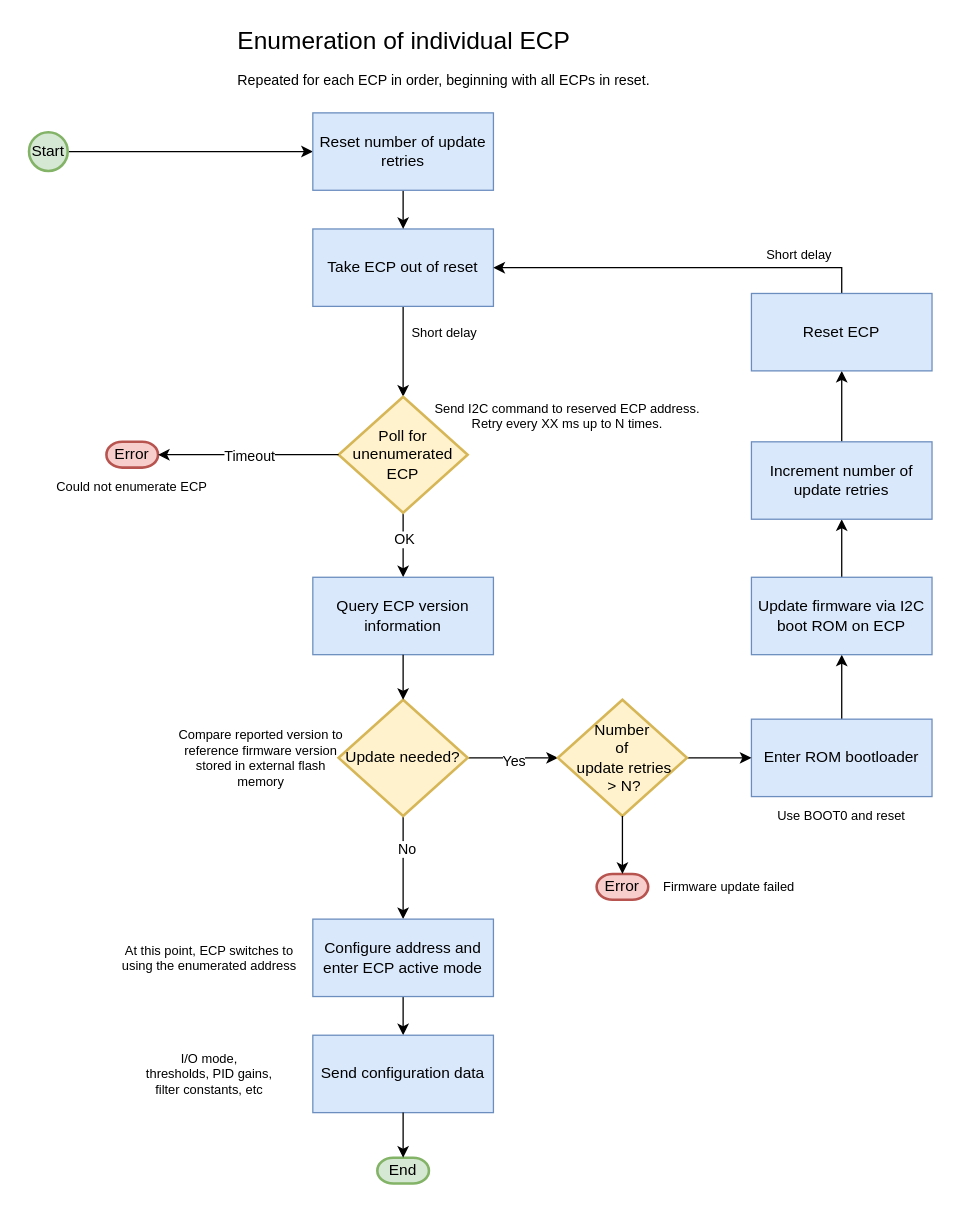
Above: page "Enumeration" (4 of 10) of docs/ECP software arch.drawio in datapanelcorp/embedded-coprocessor (draw.io), before the change. Source tidied: cells renumbered, new cells numbered last; positions are measured from the earlier drawing's top-left corner, leaving out a move shared by most shapes. Both pictures are drawn from the tidied source at 129%, with x=0, y=0 at pixel (22, 22).
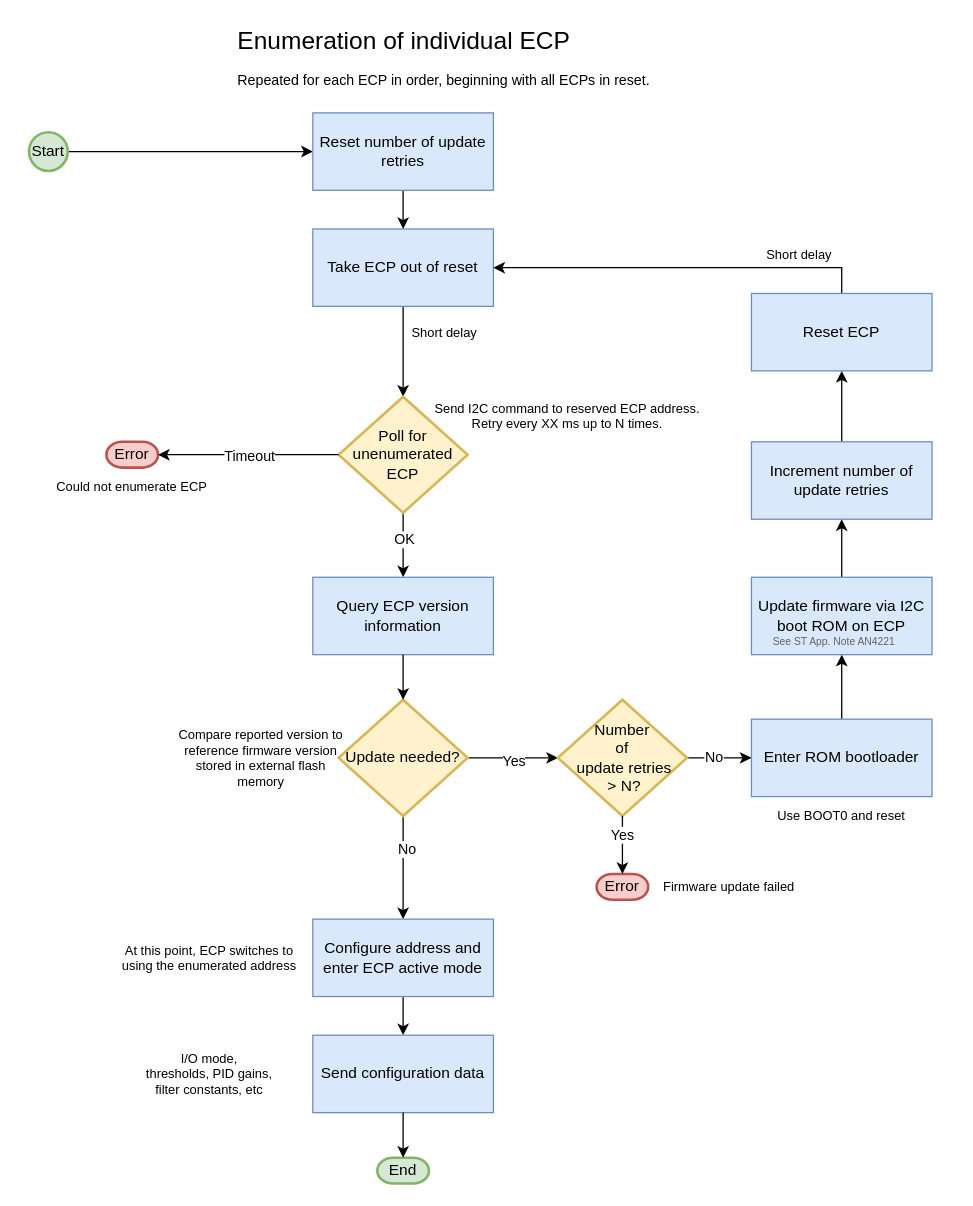
The same diagram, later.

The change refers to these unchanged cells:
```xml
<mxCell id="35" style="edgeStyle=orthogonalEdgeStyle;rounded=0;jettySize=auto;html=1;entryX=0;entryY=0.5;entryDx=0;entryDy=0;" parent="1" edge="1" source="36" target="18">
  <mxGeometry relative="1" as="geometry" />
</mxCell>
<mxCell id="38" style="edgeStyle=orthogonalEdgeStyle;rounded=0;jettySize=auto;html=1;entryX=0.5;entryY=0;entryDx=0;entryDy=0;entryPerimeter=0;" parent="1" edge="1" source="36" target="37">
  <mxGeometry relative="1" as="geometry" />
</mxCell>
```

Change to the diagram source:
```diff
@@
+    <mxCell id="50" value="No" style="edgeLabel;html=1;align=center;verticalAlign=middle;" parent="35" vertex="1">
+      <mxGeometry x="-0.21" y="1" relative="1" as="geometry" />
+    </mxCell>
@@
+    <mxCell id="51" value="Yes" style="edgeLabel;html=1;align=center;verticalAlign=middle;" parent="38" vertex="1">
+      <mxGeometry x="-0.38" y="-1" relative="1" as="geometry" />
+    </mxCell>
@@
+    <mxCell id="52" value="See ST App. Note AN4221" style="text;html=1;align=left;verticalAlign=middle;whiteSpace=wrap;rounded=0;fontSize=8;fontColor=#616161;" parent="1" vertex="1">
+      <mxGeometry x="580" y="470" width="110" height="20" as="geometry" />
+    </mxCell>
```
